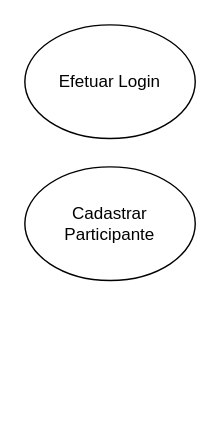
Above: Leilão Via Internet.drawio in ArcanjoDaGuarda/AnjoProjetos (draw.io), before the change. Source tidied: cells renumbered, new cells numbered last; positions are measured from the earlier drawing's top-left corner, leaving out a move shared by most shapes. Both pictures are drawn from the tidied source at 142%, with x=0, y=0 at pixel (24, 24).
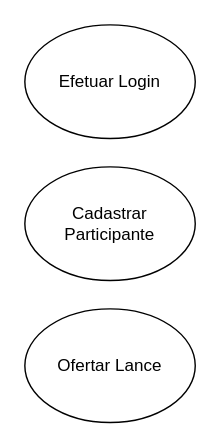
The same diagram, later.

The edit, as a diff of the source:
```diff
@@
 <mxGraphModel>
   <root>
     <mxCell id="0" />
     <mxCell id="1" parent="0" />
     <mxCell id="2" value="Cadastrar Participante" style="ellipse;whiteSpace=wrap;html=1;" parent="1" vertex="1">
       <mxGeometry y="100" width="120" height="80" as="geometry" />
     </mxCell>
     <mxCell id="3" value="Efetuar Login" style="ellipse;whiteSpace=wrap;html=1;" parent="1" vertex="1">
       <mxGeometry width="120" height="80" as="geometry" />
     </mxCell>
+    <mxCell id="4" value="Ofertar Lance" style="ellipse;whiteSpace=wrap;html=1;" parent="1" vertex="1">
+      <mxGeometry y="200" width="120" height="80" as="geometry" />
+    </mxCell>
   </root>
 </mxGraphModel>
```
